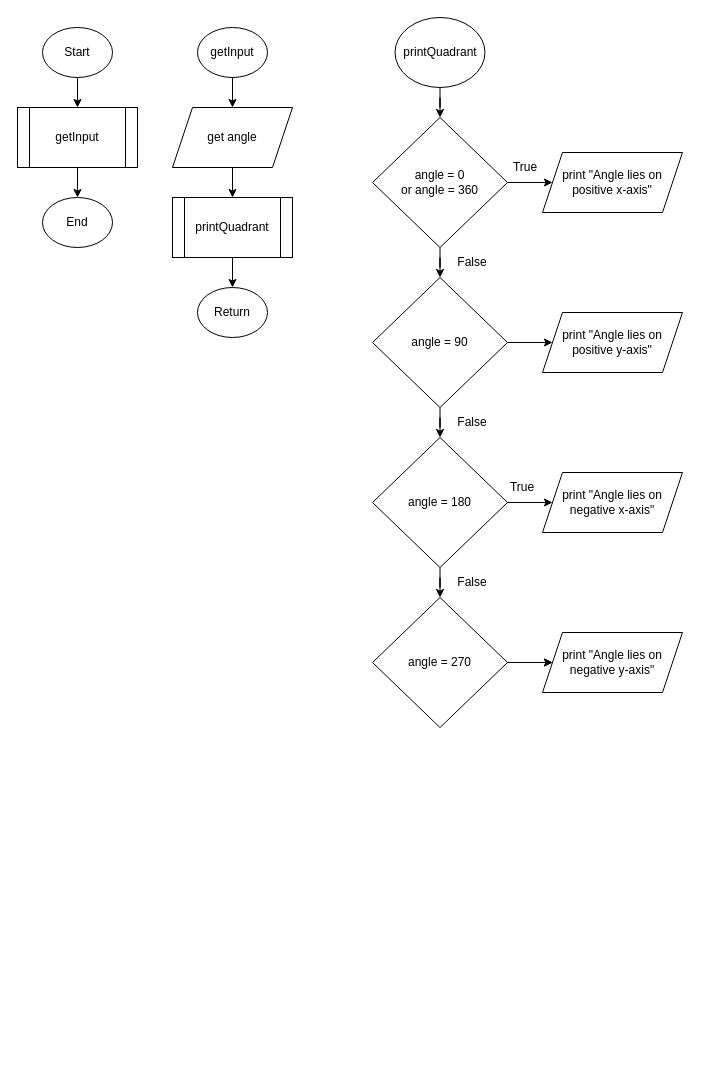
Above: page "Page-1" (1 of 2) of quadrant_identifier.drawio in Jebbxrs/c_proj (draw.io), before the change. Source tidied: cells renumbered, new cells numbered last; positions are measured from the earlier drawing's top-left corner, leaving out a move shared by most shapes. Both pictures are drawn from the tidied source at 100%, with x=0, y=0 at pixel (17, 17).
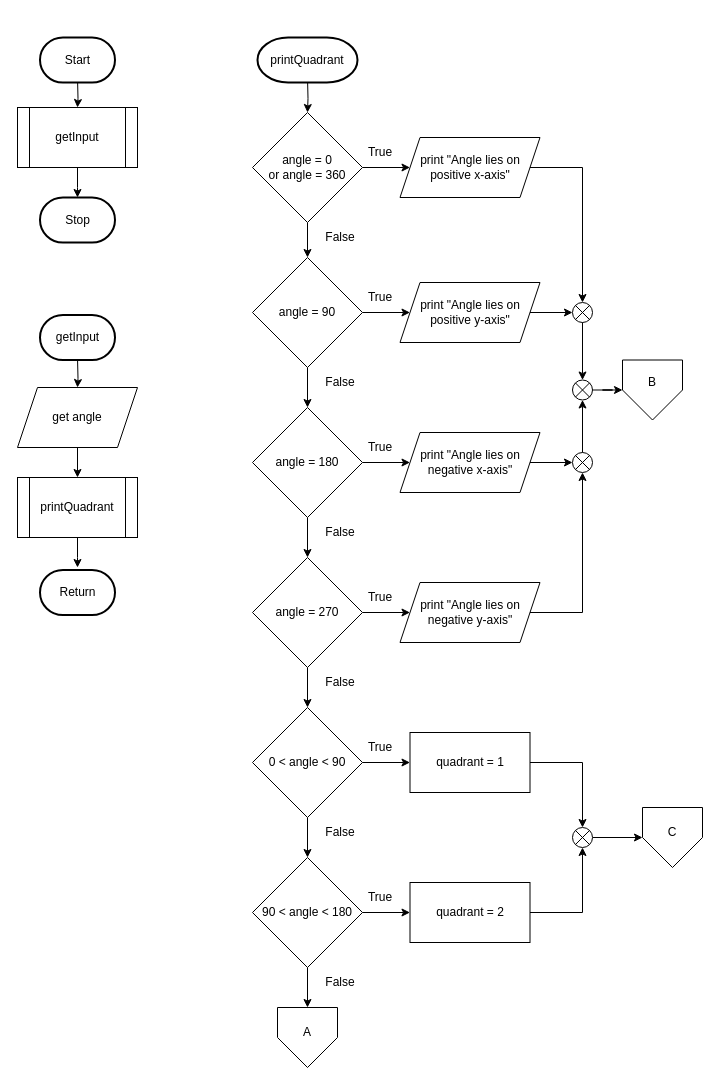
After the change.

The change refers to these unchanged cells:
```xml
<mxCell id="5" value="getInput" style="shape=process;whiteSpace=wrap;html=1;backgroundOutline=1;" parent="1" vertex="1">
  <mxGeometry y="90" width="120" height="60" as="geometry" />
</mxCell>
```

The edit, as a diff of the source:
```diff
@@
-    <mxCell id="2" style="edgeStyle=orthogonalEdgeStyle;rounded=0;jettySize=auto;html=1;" parent="1" edge="1" source="3" target="5">
-      <mxGeometry relative="1" as="geometry" />
+    <mxCell id="2" style="edgeStyle=orthogonalEdgeStyle;rounded=0;jettySize=auto;html=1;" parent="1" edge="1" target="5">
+      <mxGeometry relative="1" as="geometry">
+        <mxPoint x="60" y="60" as="sourcePoint" />
+      </mxGeometry>
     </mxCell>
-    <mxCell id="3" value="Start" style="ellipse;whiteSpace=wrap;html=1;" parent="1" vertex="1">
-      <mxGeometry x="25" y="10" width="70" height="50" as="geometry" />
-    </mxCell>
-    <mxCell id="4" style="edgeStyle=orthogonalEdgeStyle;rounded=0;jettySize=auto;html=1;" parent="1" edge="1" source="5" target="6">
-      <mxGeometry relative="1" as="geometry" />
+    <mxCell id="4" style="edgeStyle=orthogonalEdgeStyle;rounded=0;jettySize=auto;html=1;" parent="1" edge="1" source="5">
+      <mxGeometry relative="1" as="geometry">
+        <mxPoint x="60" y="180" as="targetPoint" />
+      </mxGeometry>
     </mxCell>
@@
-    <mxCell id="6" value="End" style="ellipse;whiteSpace=wrap;html=1;" parent="1" vertex="1">
-      <mxGeometry x="25" y="180" width="70" height="50" as="geometry" />
-    </mxCell>
-    <mxCell id="7" style="edgeStyle=orthogonalEdgeStyle;rounded=0;jettySize=auto;html=1;" parent="1" edge="1" source="8" target="10">
-      <mxGeometry relative="1" as="geometry" />
+    <mxCell id="7" style="edgeStyle=orthogonalEdgeStyle;rounded=0;jettySize=auto;html=1;" parent="1" edge="1" target="10">
+      <mxGeometry relative="1" as="geometry">
+        <mxPoint x="60" y="340" as="sourcePoint" />
+      </mxGeometry>
     </mxCell>
-    <mxCell id="8" value="getInput" style="ellipse;whiteSpace=wrap;html=1;" parent="1" vertex="1">
-      <mxGeometry x="180" y="10" width="70" height="50" as="geometry" />
-    </mxCell>
@@
     <mxCell id="10" value="get angle" style="shape=parallelogram;perimeter=parallelogramPerimeter;whiteSpace=wrap;html=1;fixedSize=1;" parent="1" vertex="1">
-      <mxGeometry x="155" y="90" width="120" height="60" as="geometry" />
+      <mxGeometry y="370" width="120" height="60" as="geometry" />
     </mxCell>
-    <mxCell id="11" style="edgeStyle=orthogonalEdgeStyle;rounded=0;jettySize=auto;html=1;" parent="1" edge="1" source="12" target="13">
-      <mxGeometry relative="1" as="geometry" />
+    <mxCell id="11" style="edgeStyle=orthogonalEdgeStyle;rounded=0;jettySize=auto;html=1;" parent="1" edge="1" source="12">
+      <mxGeometry relative="1" as="geometry">
+        <mxPoint x="60" y="550" as="targetPoint" />
+      </mxGeometry>
     </mxCell>
     <mxCell id="12" value="printQuadrant" style="shape=process;whiteSpace=wrap;html=1;backgroundOutline=1;" parent="1" vertex="1">
-      <mxGeometry x="155" y="180" width="120" height="60" as="geometry" />
+      <mxGeometry y="460" width="120" height="60" as="geometry" />
     </mxCell>
-    <mxCell id="13" value="Return" style="ellipse;whiteSpace=wrap;html=1;" parent="1" vertex="1">
-      <mxGeometry x="180" y="270" width="70" height="50" as="geometry" />
-    </mxCell>
-    <mxCell id="14" style="edgeStyle=orthogonalEdgeStyle;rounded=0;jettySize=auto;html=1;" parent="1" edge="1" source="15" target="18">
-      <mxGeometry relative="1" as="geometry" />
+    <mxCell id="14" style="edgeStyle=orthogonalEdgeStyle;rounded=0;jettySize=auto;html=1;" parent="1" edge="1" target="18">
+      <mxGeometry relative="1" as="geometry">
+        <mxPoint x="290" y="60" as="sourcePoint" />
+      </mxGeometry>
     </mxCell>
-    <mxCell id="15" value="printQuadrant" style="ellipse;whiteSpace=wrap;html=1;" parent="1" vertex="1">
-      <mxGeometry x="377.5" width="90" height="70" as="geometry" />
-    </mxCell>
-    <mxCell id="16" style="edgeStyle=orthogonalEdgeStyle;rounded=0;jettySize=auto;html=1;" parent="1" edge="1" source="18">
-      <mxGeometry relative="1" as="geometry">
-        <mxPoint x="535" y="165" as="targetPoint" />
-      </mxGeometry>
-    </mxCell>
@@
+    <mxCell id="37" style="edgeStyle=orthogonalEdgeStyle;rounded=0;jettySize=auto;html=1;" parent="1" edge="1" source="18" target="33">
+      <mxGeometry relative="1" as="geometry" />
+    </mxCell>
     <mxCell id="18" value="angle = 0 &lt;br&gt;or angle = 360" style="rhombus;whiteSpace=wrap;html=1;" parent="1" vertex="1">
-      <mxGeometry x="355" y="100" width="135" height="130" as="geometry" />
+      <mxGeometry x="235" y="95" width="110" height="110" as="geometry" />
     </mxCell>
-    <mxCell id="19" style="edgeStyle=orthogonalEdgeStyle;rounded=0;orthogonalLoop=1;jettySize=auto;html=1;" parent="1" edge="1">
-      <mxGeometry relative="1" as="geometry">
-        <mxPoint x="487.5" y="485" as="sourcePoint" />
-        <mxPoint x="535" y="485" as="targetPoint" />
-      </mxGeometry>
-    </mxCell>
     <mxCell id="20" value="True" style="text;html=1;strokeColor=none;fillColor=none;align=center;verticalAlign=middle;whiteSpace=wrap;rounded=0;" parent="1" vertex="1">
-      <mxGeometry x="475" y="455" width="60" height="30" as="geometry" />
+      <mxGeometry x="332.5" y="415" width="60" height="30" as="geometry" />
     </mxCell>
     <mxCell id="21" value="False" style="text;html=1;strokeColor=none;fillColor=none;align=center;verticalAlign=middle;whiteSpace=wrap;rounded=0;" parent="1" vertex="1">
-      <mxGeometry x="425" y="230" width="60" height="30" as="geometry" />
+      <mxGeometry x="292.5" y="205" width="60" height="30" as="geometry" />
     </mxCell>
     <mxCell id="22" value="True" style="text;html=1;strokeColor=none;fillColor=none;align=center;verticalAlign=middle;whiteSpace=wrap;rounded=0;" parent="1" vertex="1">
-      <mxGeometry x="477.5" y="135" width="60" height="30" as="geometry" />
+      <mxGeometry x="332.5" y="120" width="60" height="30" as="geometry" />
     </mxCell>
-    <mxCell id="23" style="edgeStyle=orthogonalEdgeStyle;rounded=0;orthogonalLoop=1;jettySize=auto;html=1;" parent="1" edge="1">
-      <mxGeometry relative="1" as="geometry">
-        <mxPoint x="488.8" y="645" as="sourcePoint" />
-        <mxPoint x="535" y="645" as="targetPoint" />
-      </mxGeometry>
-    </mxCell>
@@
-    <mxCell id="25" style="edgeStyle=orthogonalEdgeStyle;rounded=0;jettySize=auto;html=1;" parent="1" edge="1" source="26">
-      <mxGeometry relative="1" as="geometry">
-        <mxPoint x="535" y="325" as="targetPoint" />
-      </mxGeometry>
-    </mxCell>
+    <mxCell id="38" style="edgeStyle=orthogonalEdgeStyle;rounded=0;jettySize=auto;html=1;" parent="1" edge="1" source="26" target="34">
+      <mxGeometry relative="1" as="geometry" />
+    </mxCell>
     <mxCell id="26" value="angle = 90" style="rhombus;whiteSpace=wrap;html=1;" parent="1" vertex="1">
-      <mxGeometry x="355" y="260" width="135" height="130" as="geometry" />
+      <mxGeometry x="235" y="240" width="110" height="110" as="geometry" />
     </mxCell>
+    <mxCell id="39" style="edgeStyle=orthogonalEdgeStyle;rounded=0;jettySize=auto;html=1;" parent="1" edge="1" source="28" target="35">
+      <mxGeometry relative="1" as="geometry" />
+    </mxCell>
@@
     <mxCell id="28" value="angle = 180" style="rhombus;whiteSpace=wrap;html=1;" parent="1" vertex="1">
-      <mxGeometry x="355" y="420" width="135" height="130" as="geometry" />
+      <mxGeometry x="235" y="390" width="110" height="110" as="geometry" />
     </mxCell>
-    <mxCell id="29" style="edgeStyle=orthogonalEdgeStyle;rounded=0;jettySize=auto;html=1;" parent="1" edge="1" source="30">
-      <mxGeometry relative="1" as="geometry">
-        <mxPoint x="535" y="645" as="targetPoint" />
-      </mxGeometry>
-    </mxCell>
-    <mxCell id="30" value="angle = 270" style="rhombus;whiteSpace=wrap;html=1;" parent="1" vertex="1">
-      <mxGeometry x="355" y="580" width="135" height="130" as="geometry" />
-    </mxCell>
     <mxCell id="31" value="False" style="text;html=1;strokeColor=none;fillColor=none;align=center;verticalAlign=middle;whiteSpace=wrap;rounded=0;" parent="1" vertex="1">
-      <mxGeometry x="425" y="390" width="60" height="30" as="geometry" />
+      <mxGeometry x="292.5" y="350" width="60" height="30" as="geometry" />
     </mxCell>
     <mxCell id="32" value="False" style="text;html=1;strokeColor=none;fillColor=none;align=center;verticalAlign=middle;whiteSpace=wrap;rounded=0;" parent="1" vertex="1">
-      <mxGeometry x="425" y="550" width="60" height="30" as="geometry" />
+      <mxGeometry x="292.5" y="500" width="60" height="30" as="geometry" />
     </mxCell>
     <mxCell id="33" value="print &quot;Angle lies on positive x-axis&quot;" style="shape=parallelogram;perimeter=parallelogramPerimeter;whiteSpace=wrap;html=1;fixedSize=1;" parent="1" vertex="1">
-      <mxGeometry x="525" y="135" width="140" height="60" as="geometry" />
+      <mxGeometry x="382.5" y="120" width="140" height="60" as="geometry" />
     </mxCell>
+    <mxCell id="40" style="edgeStyle=orthogonalEdgeStyle;rounded=0;jettySize=auto;html=1;entryX=0;entryY=0.5;entryDx=0;entryDy=0;" parent="1" edge="1" source="56" target="52">
+      <mxGeometry relative="1" as="geometry" />
+    </mxCell>
     <mxCell id="34" value="print &quot;Angle lies on positive y-axis&quot;" style="shape=parallelogram;perimeter=parallelogramPerimeter;whiteSpace=wrap;html=1;fixedSize=1;" parent="1" vertex="1">
-      <mxGeometry x="525" y="295" width="140" height="60" as="geometry" />
+      <mxGeometry x="382.5" y="265" width="140" height="60" as="geometry" />
     </mxCell>
     <mxCell id="35" value="print &quot;Angle lies on negative x-axis&quot;" style="shape=parallelogram;perimeter=parallelogramPerimeter;whiteSpace=wrap;html=1;fixedSize=1;" parent="1" vertex="1">
-      <mxGeometry x="525" y="455" width="140" height="60" as="geometry" />
+      <mxGeometry x="382.5" y="415" width="140" height="60" as="geometry" />
     </mxCell>
     <mxCell id="36" value="print &quot;Angle lies on negative y-axis&quot;" style="shape=parallelogram;perimeter=parallelogramPerimeter;whiteSpace=wrap;html=1;fixedSize=1;" parent="1" vertex="1">
-      <mxGeometry x="525" y="615" width="140" height="60" as="geometry" />
+      <mxGeometry x="382.5" y="565" width="140" height="60" as="geometry" />
     </mxCell>
+    <mxCell id="41" value="True" style="text;html=1;strokeColor=none;fillColor=none;align=center;verticalAlign=middle;whiteSpace=wrap;rounded=0;" parent="1" vertex="1">
+      <mxGeometry x="332.5" y="265" width="60" height="30" as="geometry" />
+    </mxCell>
+    <mxCell id="42" value="True" style="text;html=1;strokeColor=none;fillColor=none;align=center;verticalAlign=middle;whiteSpace=wrap;rounded=0;" parent="1" vertex="1">
+      <mxGeometry x="332.5" y="565" width="60" height="30" as="geometry" />
+    </mxCell>
+    <mxCell id="13" value="Return" style="strokeWidth=2;html=1;shape=mxgraph.flowchart.terminator;whiteSpace=wrap;" parent="1" vertex="1">
+      <mxGeometry x="22.5" y="552.5" width="75" height="45" as="geometry" />
+    </mxCell>
+    <mxCell id="43" value="Stop" style="strokeWidth=2;html=1;shape=mxgraph.flowchart.terminator;whiteSpace=wrap;" parent="1" vertex="1">
+      <mxGeometry x="22.5" y="180" width="75" height="45" as="geometry" />
+    </mxCell>
+    <mxCell id="3" value="Start" style="strokeWidth=2;html=1;shape=mxgraph.flowchart.terminator;whiteSpace=wrap;" parent="1" vertex="1">
+      <mxGeometry x="22.5" y="20" width="75" height="45" as="geometry" />
+    </mxCell>
+    <mxCell id="8" value="getInput" style="strokeWidth=2;html=1;shape=mxgraph.flowchart.terminator;whiteSpace=wrap;" parent="1" vertex="1">
+      <mxGeometry x="22.5" y="297.5" width="75" height="45" as="geometry" />
+    </mxCell>
+    <mxCell id="44" style="edgeStyle=orthogonalEdgeStyle;rounded=0;jettySize=auto;html=1;" parent="1" edge="1" source="30" target="36">
+      <mxGeometry relative="1" as="geometry" />
+    </mxCell>
+    <mxCell id="45" style="edgeStyle=orthogonalEdgeStyle;rounded=0;jettySize=auto;html=1;" parent="1" edge="1" source="30" target="47">
+      <mxGeometry relative="1" as="geometry" />
+    </mxCell>
+    <mxCell id="30" value="angle = 270" style="rhombus;whiteSpace=wrap;html=1;" parent="1" vertex="1">
+      <mxGeometry x="235" y="540" width="110" height="110" as="geometry" />
+    </mxCell>
+    <mxCell id="15" value="printQuadrant" style="strokeWidth=2;html=1;shape=mxgraph.flowchart.terminator;whiteSpace=wrap;" parent="1" vertex="1">
+      <mxGeometry x="240" y="20" width="100" height="45" as="geometry" />
+    </mxCell>
+    <mxCell id="46" style="edgeStyle=orthogonalEdgeStyle;rounded=0;jettySize=auto;html=1;" parent="1" edge="1" source="47" target="49">
+      <mxGeometry relative="1" as="geometry" />
+    </mxCell>
+    <mxCell id="47" value="0 &amp;lt; angle &amp;lt; 90" style="rhombus;whiteSpace=wrap;html=1;" parent="1" vertex="1">
+      <mxGeometry x="235" y="690" width="110" height="110" as="geometry" />
+    </mxCell>
+    <mxCell id="48" style="edgeStyle=orthogonalEdgeStyle;rounded=0;jettySize=auto;html=1;entryX=0.5;entryY=0;entryDx=0;entryDy=0;" parent="1" edge="1" source="49" target="50">
+      <mxGeometry relative="1" as="geometry" />
+    </mxCell>
+    <mxCell id="49" value="90 &amp;lt; angle &amp;lt; 180" style="rhombus;whiteSpace=wrap;html=1;" parent="1" vertex="1">
+      <mxGeometry x="235" y="840" width="110" height="110" as="geometry" />
+    </mxCell>
+    <mxCell id="50" style="verticalLabelPosition=bottom;verticalAlign=top;html=1;shape=offPageConnector;rounded=0;size=0.5;" parent="1" vertex="1">
+      <mxGeometry x="260" y="990" width="60" height="60" as="geometry" />
+    </mxCell>
+    <mxCell id="51" value="A" style="text;html=1;strokeColor=none;fillColor=none;align=center;verticalAlign=middle;whiteSpace=wrap;rounded=0;" parent="1" vertex="1">
+      <mxGeometry x="260" y="1000" width="60" height="30" as="geometry" />
+    </mxCell>
+    <mxCell id="52" style="verticalLabelPosition=bottom;verticalAlign=top;html=1;shape=offPageConnector;rounded=0;size=0.5;" parent="1" vertex="1">
+      <mxGeometry x="605" y="342.5" width="60" height="60" as="geometry" />
+    </mxCell>
+    <mxCell id="53" value="B" style="text;html=1;strokeColor=none;fillColor=none;align=center;verticalAlign=middle;whiteSpace=wrap;rounded=0;" parent="1" vertex="1">
+      <mxGeometry x="605" y="350" width="60" height="30" as="geometry" />
+    </mxCell>
+    <mxCell id="54" style="edgeStyle=orthogonalEdgeStyle;rounded=0;jettySize=auto;html=1;entryX=0;entryY=0.5;entryDx=0;entryDy=0;" parent="1" edge="1" source="35" target="55">
+      <mxGeometry relative="1" as="geometry" />
+    </mxCell>
+    <mxCell id="55" style="verticalLabelPosition=bottom;verticalAlign=top;html=1;shape=mxgraph.flowchart.or;" parent="1" vertex="1">
+      <mxGeometry x="555" y="435" width="20" height="20" as="geometry" />
+    </mxCell>
+    <mxCell id="56" style="verticalLabelPosition=bottom;verticalAlign=top;html=1;shape=mxgraph.flowchart.or;" parent="1" vertex="1">
+      <mxGeometry x="555" y="362.5" width="20" height="20" as="geometry" />
+    </mxCell>
+    <mxCell id="57" style="verticalLabelPosition=bottom;verticalAlign=top;html=1;shape=mxgraph.flowchart.or;" parent="1" vertex="1">
+      <mxGeometry x="555" y="285" width="20" height="20" as="geometry" />
+    </mxCell>
+    <mxCell id="58" style="edgeStyle=orthogonalEdgeStyle;rounded=0;jettySize=auto;html=1;entryX=0.5;entryY=1;entryDx=0;entryDy=0;entryPerimeter=0;" parent="1" edge="1" source="36" target="55">
+      <mxGeometry relative="1" as="geometry" />
+    </mxCell>
+    <mxCell id="59" style="edgeStyle=orthogonalEdgeStyle;rounded=0;jettySize=auto;html=1;entryX=0.5;entryY=1;entryDx=0;entryDy=0;entryPerimeter=0;" parent="1" edge="1" source="55" target="56">
+      <mxGeometry relative="1" as="geometry" />
+    </mxCell>
+    <mxCell id="60" style="edgeStyle=orthogonalEdgeStyle;rounded=0;jettySize=auto;html=1;entryX=0;entryY=0.5;entryDx=0;entryDy=0;entryPerimeter=0;" parent="1" edge="1" source="34" target="57">
+      <mxGeometry relative="1" as="geometry" />
+    </mxCell>
+    <mxCell id="61" style="edgeStyle=orthogonalEdgeStyle;rounded=0;jettySize=auto;html=1;entryX=0.5;entryY=0;entryDx=0;entryDy=0;entryPerimeter=0;" parent="1" edge="1" source="33" target="57">
+      <mxGeometry relative="1" as="geometry" />
+    </mxCell>
+    <mxCell id="62" style="edgeStyle=orthogonalEdgeStyle;rounded=0;jettySize=auto;html=1;entryX=0.5;entryY=0;entryDx=0;entryDy=0;entryPerimeter=0;" parent="1" edge="1" source="57" target="56">
+      <mxGeometry relative="1" as="geometry" />
+    </mxCell>
+    <mxCell id="63" value="True" style="text;html=1;strokeColor=none;fillColor=none;align=center;verticalAlign=middle;whiteSpace=wrap;rounded=0;" parent="1" vertex="1">
+      <mxGeometry x="332.5" y="715" width="60" height="30" as="geometry" />
+    </mxCell>
+    <mxCell id="64" style="edgeStyle=orthogonalEdgeStyle;rounded=0;orthogonalLoop=1;jettySize=auto;html=1;" parent="1" edge="1">
+      <mxGeometry relative="1" as="geometry">
+        <mxPoint x="345" y="745" as="sourcePoint" />
+        <mxPoint x="392.5" y="745" as="targetPoint" />
+      </mxGeometry>
+    </mxCell>
+    <mxCell id="65" value="True" style="text;html=1;strokeColor=none;fillColor=none;align=center;verticalAlign=middle;whiteSpace=wrap;rounded=0;" parent="1" vertex="1">
+      <mxGeometry x="332.5" y="865" width="60" height="30" as="geometry" />
+    </mxCell>
+    <mxCell id="66" style="edgeStyle=orthogonalEdgeStyle;rounded=0;orthogonalLoop=1;jettySize=auto;html=1;" parent="1" edge="1">
+      <mxGeometry relative="1" as="geometry">
+        <mxPoint x="345" y="895" as="sourcePoint" />
+        <mxPoint x="392.5" y="895" as="targetPoint" />
+      </mxGeometry>
+    </mxCell>
+    <mxCell id="67" value="quadrant = 2" style="rounded=0;whiteSpace=wrap;html=1;" parent="1" vertex="1">
+      <mxGeometry x="392.5" y="865" width="120" height="60" as="geometry" />
+    </mxCell>
+    <mxCell id="68" value="quadrant = 1" style="rounded=0;whiteSpace=wrap;html=1;" parent="1" vertex="1">
+      <mxGeometry x="392.5" y="715" width="120" height="60" as="geometry" />
+    </mxCell>
+    <mxCell id="69" style="edgeStyle=orthogonalEdgeStyle;rounded=0;jettySize=auto;html=1;" parent="1" edge="1" source="70" target="73">
+      <mxGeometry relative="1" as="geometry" />
+    </mxCell>
+    <mxCell id="70" style="verticalLabelPosition=bottom;verticalAlign=top;html=1;shape=mxgraph.flowchart.or;" parent="1" vertex="1">
+      <mxGeometry x="555" y="810" width="20" height="20" as="geometry" />
+    </mxCell>
+    <mxCell id="71" style="edgeStyle=orthogonalEdgeStyle;rounded=0;jettySize=auto;html=1;entryX=0.5;entryY=0;entryDx=0;entryDy=0;entryPerimeter=0;" parent="1" edge="1" source="68" target="70">
+      <mxGeometry relative="1" as="geometry" />
+    </mxCell>
+    <mxCell id="72" style="edgeStyle=orthogonalEdgeStyle;rounded=0;jettySize=auto;html=1;entryX=0.5;entryY=1;entryDx=0;entryDy=0;entryPerimeter=0;" parent="1" edge="1" source="67" target="70">
+      <mxGeometry relative="1" as="geometry" />
+    </mxCell>
+    <mxCell id="73" style="verticalLabelPosition=bottom;verticalAlign=top;html=1;shape=offPageConnector;rounded=0;size=0.5;" parent="1" vertex="1">
+      <mxGeometry x="625" y="790" width="60" height="60" as="geometry" />
+    </mxCell>
+    <mxCell id="74" value="C" style="text;html=1;strokeColor=none;fillColor=none;align=center;verticalAlign=middle;whiteSpace=wrap;rounded=0;" parent="1" vertex="1">
+      <mxGeometry x="625" y="800" width="60" height="30" as="geometry" />
+    </mxCell>
+    <mxCell id="75" value="False" style="text;html=1;strokeColor=none;fillColor=none;align=center;verticalAlign=middle;whiteSpace=wrap;rounded=0;" parent="1" vertex="1">
+      <mxGeometry x="292.5" y="650" width="60" height="30" as="geometry" />
+    </mxCell>
+    <mxCell id="76" value="False" style="text;html=1;strokeColor=none;fillColor=none;align=center;verticalAlign=middle;whiteSpace=wrap;rounded=0;" parent="1" vertex="1">
+      <mxGeometry x="292.5" y="800" width="60" height="30" as="geometry" />
+    </mxCell>
+    <mxCell id="77" value="False" style="text;html=1;strokeColor=none;fillColor=none;align=center;verticalAlign=middle;whiteSpace=wrap;rounded=0;" parent="1" vertex="1">
+      <mxGeometry x="292.5" y="950" width="60" height="30" as="geometry" />
+    </mxCell>
```
